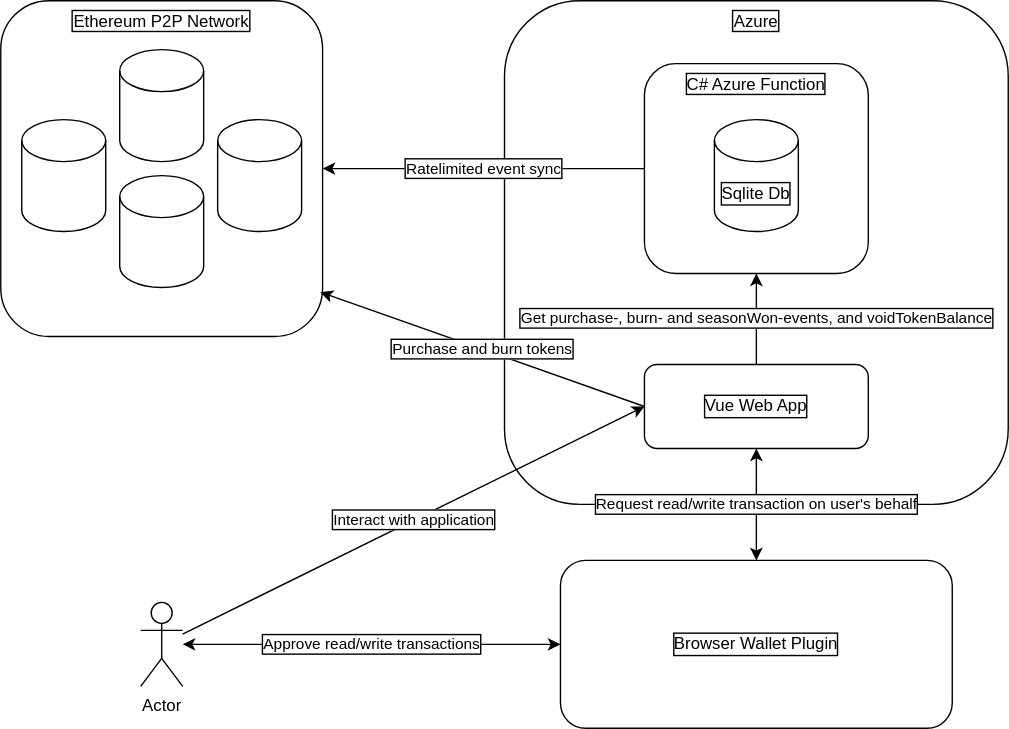
This is architecture.drawio.svg from RasmusEdvardsen/SubredditBattleRoyale, a draw.io export, as it was before one commit. Source tidied: cells renumbered, new cells last; positions are measured from the earlier drawing's top-left corner, leaving out a move shared by most shapes. The source it was exported from:
```xml
<mxGraphModel>
  <root>
    <mxCell id="0" />
    <mxCell id="1" parent="0" />
    <mxCell id="2" value="Ethereum P2P Network" style="rounded=1;whiteSpace=wrap;html=1;labelBorderColor=default;labelBackgroundColor=none;labelPosition=center;verticalLabelPosition=middle;align=center;verticalAlign=top;" parent="1" vertex="1">
      <mxGeometry width="230" height="240" as="geometry" />
    </mxCell>
    <mxCell id="3" value="Azure" style="rounded=1;whiteSpace=wrap;html=1;verticalAlign=top;labelBorderColor=default;" parent="1" vertex="1">
      <mxGeometry x="360" width="360" height="360" as="geometry" />
    </mxCell>
    <mxCell id="4" value="C# Azure Function" style="rounded=1;whiteSpace=wrap;html=1;spacingBottom=0;align=center;textShadow=0;labelBorderColor=default;verticalAlign=top;" parent="1" vertex="1">
      <mxGeometry x="460" y="45" width="160" height="150" as="geometry" />
    </mxCell>
    <mxCell id="5" value="&lt;div&gt;Vue Web App&lt;/div&gt;" style="rounded=1;whiteSpace=wrap;html=1;labelBorderColor=default;" parent="1" vertex="1">
      <mxGeometry x="460" y="260" width="160" height="60" as="geometry" />
    </mxCell>
    <mxCell id="6" style="shape=cylinder3;whiteSpace=wrap;html=1;boundedLbl=1;backgroundOutline=1;size=15;" parent="1" vertex="1">
      <mxGeometry x="15" y="85" width="60" height="80" as="geometry" />
    </mxCell>
    <mxCell id="7" style="shape=cylinder3;whiteSpace=wrap;html=1;boundedLbl=1;backgroundOutline=1;size=15;" parent="1" vertex="1">
      <mxGeometry x="85" y="35" width="60" height="80" as="geometry" />
    </mxCell>
    <mxCell id="8" style="shape=cylinder3;whiteSpace=wrap;html=1;boundedLbl=1;backgroundOutline=1;size=15;" parent="1" vertex="1">
      <mxGeometry x="155" y="85" width="60" height="80" as="geometry" />
    </mxCell>
    <mxCell id="9" style="shape=cylinder3;whiteSpace=wrap;html=1;boundedLbl=1;backgroundOutline=1;size=15;" parent="1" vertex="1">
      <mxGeometry x="85" y="125" width="60" height="80" as="geometry" />
    </mxCell>
    <mxCell id="10" value="Sqlite Db" style="shape=cylinder3;whiteSpace=wrap;html=1;boundedLbl=1;backgroundOutline=1;size=15;labelBorderColor=default;" parent="1" vertex="1">
      <mxGeometry x="510" y="85" width="60" height="80" as="geometry" />
    </mxCell>
    <mxCell id="11" value="Browser Wallet Plugin" style="rounded=1;whiteSpace=wrap;html=1;labelBorderColor=default;" parent="1" vertex="1">
      <mxGeometry x="400" y="400" width="280" height="120" as="geometry" />
    </mxCell>
    <mxCell id="12" value="Actor" style="shape=umlActor;verticalLabelPosition=bottom;verticalAlign=top;html=1;outlineConnect=0;" parent="1" vertex="1">
      <mxGeometry x="100" y="430" width="30" height="60" as="geometry" />
    </mxCell>
    <mxCell id="13" value="Approve read/write transactions" style="endArrow=classic;startArrow=classic;html=1;rounded=0;entryX=0;entryY=0.5;entryDx=0;entryDy=0;labelBorderColor=default;" parent="1" edge="1" source="12" target="11">
      <mxGeometry relative="1" as="geometry" />
    </mxCell>
    <mxCell id="14" value="Request read/write transaction on user's behalf" style="endArrow=classic;startArrow=classic;html=1;rounded=0;exitX=0.5;exitY=1;exitDx=0;exitDy=0;entryX=0.5;entryY=0;entryDx=0;entryDy=0;labelBorderColor=default;spacing=2;spacingRight=0;" parent="1" edge="1" source="5" target="11">
      <mxGeometry relative="1" as="geometry" />
    </mxCell>
    <mxCell id="15" value="Get purchase-, burn- and seasonWon-events, and voidTokenBalance" style="endArrow=classic;html=1;rounded=0;entryX=0.5;entryY=1;entryDx=0;entryDy=0;labelBorderColor=default;" parent="1" edge="1" source="5" target="4">
      <mxGeometry relative="1" as="geometry" />
    </mxCell>
    <mxCell id="16" value="Ratelimited event sync" style="endArrow=classic;html=1;rounded=0;entryX=1;entryY=0.5;entryDx=0;entryDy=0;exitX=0;exitY=0.5;exitDx=0;exitDy=0;labelBorderColor=default;" parent="1" edge="1" source="4" target="2">
      <mxGeometry relative="1" as="geometry" />
    </mxCell>
    <mxCell id="17" value="Purchase and burn tokens" style="endArrow=classic;html=1;rounded=0;exitX=0;exitY=0.5;exitDx=0;exitDy=0;entryX=0.993;entryY=0.868;entryDx=0;entryDy=0;entryPerimeter=0;labelBorderColor=default;" parent="1" edge="1" source="5" target="2">
      <mxGeometry relative="1" as="geometry" />
    </mxCell>
    <mxCell id="18" value="Interact with application" style="endArrow=classic;html=1;rounded=0;entryX=0;entryY=0.5;entryDx=0;entryDy=0;labelBorderColor=default;" parent="1" edge="1" source="12" target="5">
      <mxGeometry relative="1" as="geometry" />
    </mxCell>
  </root>
</mxGraphModel>
```
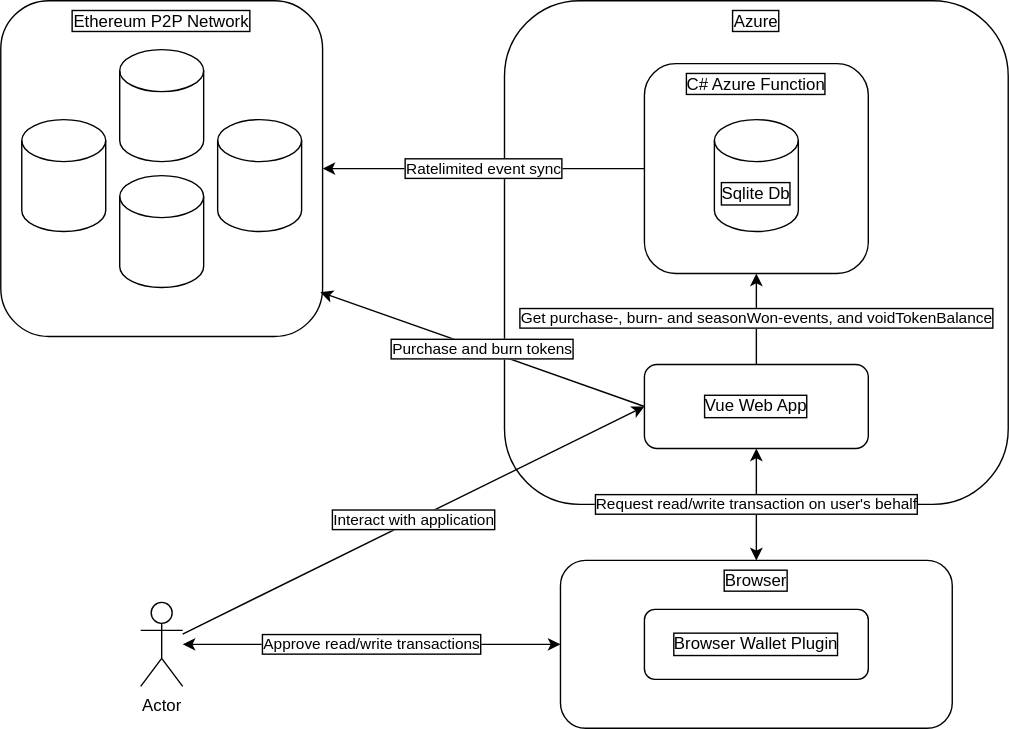
Above is the later version.

Commit message:
Update architecture diagram

The edit, as a diff of the source:
```diff
@@ -29,16 +29,16 @@
     <mxCell id="10" value="Sqlite Db" style="shape=cylinder3;whiteSpace=wrap;html=1;boundedLbl=1;backgroundOutline=1;size=15;labelBorderColor=default;" parent="1" vertex="1">
       <mxGeometry x="510" y="85" width="60" height="80" as="geometry" />
     </mxCell>
-    <mxCell id="11" value="Browser Wallet Plugin" style="rounded=1;whiteSpace=wrap;html=1;labelBorderColor=default;" parent="1" vertex="1">
-      <mxGeometry x="400" y="400" width="280" height="120" as="geometry" />
-    </mxCell>
+    <mxCell id="19" value="Browser " style="rounded=1;whiteSpace=wrap;html=1;labelBorderColor=default;verticalAlign=top;" parent="1" vertex="1">
+      <mxGeometry x="400" y="400" width="280" height="120" as="geometry" />
+    </mxCell>
     <mxCell id="12" value="Actor" style="shape=umlActor;verticalLabelPosition=bottom;verticalAlign=top;html=1;outlineConnect=0;" parent="1" vertex="1">
       <mxGeometry x="100" y="430" width="30" height="60" as="geometry" />
     </mxCell>
-    <mxCell id="13" value="Approve read/write transactions" style="endArrow=classic;startArrow=classic;html=1;rounded=0;entryX=0;entryY=0.5;entryDx=0;entryDy=0;labelBorderColor=default;" parent="1" edge="1" source="12" target="11">
+    <mxCell id="13" value="Approve read/write transactions" style="endArrow=classic;startArrow=classic;html=1;rounded=0;entryX=0;entryY=0.5;entryDx=0;entryDy=0;labelBorderColor=default;" parent="1" edge="1" source="12" target="19">
       <mxGeometry relative="1" as="geometry" />
     </mxCell>
-    <mxCell id="14" value="Request read/write transaction on user's behalf" style="endArrow=classic;startArrow=classic;html=1;rounded=0;exitX=0.5;exitY=1;exitDx=0;exitDy=0;entryX=0.5;entryY=0;entryDx=0;entryDy=0;labelBorderColor=default;spacing=2;spacingRight=0;" parent="1" edge="1" source="5" target="11">
+    <mxCell id="14" value="Request read/write transaction on user's behalf" style="endArrow=classic;startArrow=classic;html=1;rounded=0;exitX=0.5;exitY=1;exitDx=0;exitDy=0;entryX=0.5;entryY=0;entryDx=0;entryDy=0;labelBorderColor=default;spacing=2;spacingRight=0;" parent="1" edge="1" source="5" target="19">
       <mxGeometry relative="1" as="geometry" />
     </mxCell>
     <mxCell id="15" value="Get purchase-, burn- and seasonWon-events, and voidTokenBalance" style="endArrow=classic;html=1;rounded=0;entryX=0.5;entryY=1;entryDx=0;entryDy=0;labelBorderColor=default;" parent="1" edge="1" source="5" target="4">
@@ -53,5 +53,8 @@
     <mxCell id="18" value="Interact with application" style="endArrow=classic;html=1;rounded=0;entryX=0;entryY=0.5;entryDx=0;entryDy=0;labelBorderColor=default;" parent="1" edge="1" source="12" target="5">
       <mxGeometry relative="1" as="geometry" />
     </mxCell>
+    <mxCell id="11" value="Browser Wallet Plugin" style="rounded=1;whiteSpace=wrap;html=1;labelBorderColor=default;" parent="1" vertex="1">
+      <mxGeometry x="460" y="435" width="160" height="50" as="geometry" />
+    </mxCell>
   </root>
 </mxGraphModel>
```
